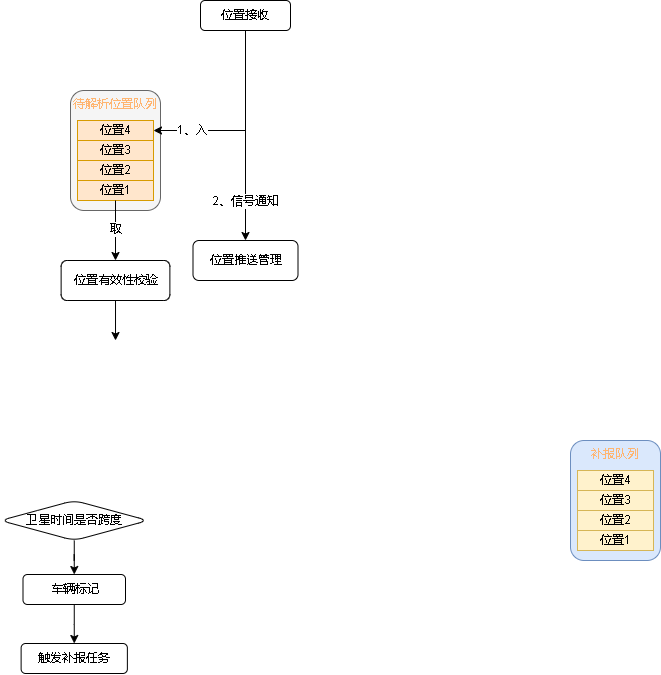
Before: 809数据跨度.drawio.png, a diagram exported from draw.io (xktder/draw). Source tidied: cells renumbered, new cells last; positions are measured from the earlier drawing's top-left corner, leaving out a move shared by most shapes. The source it was exported from:
```xml
<mxGraphModel>
  <root>
    <mxCell id="0" />
    <mxCell id="1" parent="0" />
    <mxCell id="2" style="edgeStyle=orthogonalEdgeStyle;rounded=0;jettySize=auto;html=1;fontColor=#000000;" parent="1" edge="1" source="4" target="28">
      <mxGeometry relative="1" as="geometry" />
    </mxCell>
    <mxCell id="3" value="2、信号通知" style="edgeLabel;html=1;align=center;verticalAlign=middle;fontColor=#000000;" parent="2" vertex="1">
      <mxGeometry x="0.66" relative="1" as="geometry">
        <mxPoint y="-4" as="offset" />
      </mxGeometry>
    </mxCell>
    <mxCell id="4" value="位置接收" style="rounded=1;whiteSpace=wrap;html=1;" parent="1" vertex="1">
      <mxGeometry x="200" width="90" height="30" as="geometry" />
    </mxCell>
    <mxCell id="5" style="edgeStyle=orthogonalEdgeStyle;rounded=0;jettySize=auto;html=1;" parent="1" edge="1" source="6" target="8">
      <mxGeometry relative="1" as="geometry" />
    </mxCell>
    <mxCell id="6" value="卫星时间是否跨度" style="rhombus;whiteSpace=wrap;html=1;rounded=1;" parent="1" vertex="1">
      <mxGeometry y="500" width="147.5" height="40" as="geometry" />
    </mxCell>
    <mxCell id="7" style="edgeStyle=orthogonalEdgeStyle;rounded=0;jettySize=auto;html=1;" parent="1" edge="1" source="8" target="9">
      <mxGeometry relative="1" as="geometry" />
    </mxCell>
    <mxCell id="8" value="车辆标记" style="whiteSpace=wrap;html=1;rounded=1;" parent="1" vertex="1">
      <mxGeometry x="22.5" y="574" width="102.5" height="30" as="geometry" />
    </mxCell>
    <mxCell id="9" value="触发补报任务" style="whiteSpace=wrap;html=1;rounded=1;" parent="1" vertex="1">
      <mxGeometry x="20.6" y="643" width="106.2" height="30" as="geometry" />
    </mxCell>
    <mxCell id="10" style="group;" parent="1" vertex="1">
      <mxGeometry x="70" y="90" width="90" height="120" as="geometry" />
    </mxCell>
    <mxCell id="11" value="&lt;font color=&quot;#ffb570&quot;&gt;待解析位置队列&lt;/font&gt;" style="rounded=1;whiteSpace=wrap;html=1;verticalAlign=top;fillColor=#f5f5f5;fontColor=#333333;strokeColor=#666666;" parent="10" vertex="1">
      <mxGeometry width="90" height="120" as="geometry" />
    </mxCell>
    <mxCell id="12" value="&lt;font color=&quot;#000000&quot;&gt;位置4&lt;/font&gt;" style="rounded=0;whiteSpace=wrap;html=1;fillColor=#ffe6cc;strokeColor=#d79b00;" parent="10" vertex="1">
      <mxGeometry x="7" y="30" width="76" height="20" as="geometry" />
    </mxCell>
    <mxCell id="13" value="&lt;font color=&quot;#000000&quot;&gt;位置3&lt;/font&gt;" style="rounded=0;whiteSpace=wrap;html=1;fillColor=#ffe6cc;strokeColor=#d79b00;" parent="10" vertex="1">
      <mxGeometry x="7" y="50" width="76" height="20" as="geometry" />
    </mxCell>
    <mxCell id="14" value="&lt;font color=&quot;#000000&quot;&gt;位置2&lt;/font&gt;" style="rounded=0;whiteSpace=wrap;html=1;fillColor=#ffe6cc;strokeColor=#d79b00;" parent="10" vertex="1">
      <mxGeometry x="7" y="70" width="76" height="20" as="geometry" />
    </mxCell>
    <mxCell id="15" value="&lt;font color=&quot;#000000&quot;&gt;位置1&lt;/font&gt;" style="rounded=0;whiteSpace=wrap;html=1;fillColor=#ffe6cc;strokeColor=#d79b00;" parent="10" vertex="1">
      <mxGeometry x="7" y="90" width="76" height="20" as="geometry" />
    </mxCell>
    <mxCell id="16" style="group;" parent="1" vertex="1">
      <mxGeometry x="570" y="440" width="90" height="120" as="geometry" />
    </mxCell>
    <mxCell id="17" value="&lt;font color=&quot;#ffb570&quot;&gt;补报队列&lt;/font&gt;" style="rounded=1;whiteSpace=wrap;html=1;verticalAlign=top;fillColor=#dae8fc;strokeColor=#6c8ebf;" parent="16" vertex="1">
      <mxGeometry width="90" height="120" as="geometry" />
    </mxCell>
    <mxCell id="18" value="&lt;font color=&quot;#000000&quot;&gt;位置4&lt;/font&gt;" style="rounded=0;whiteSpace=wrap;html=1;fillColor=#fff2cc;strokeColor=#d6b656;" parent="16" vertex="1">
      <mxGeometry x="7" y="30" width="76" height="20" as="geometry" />
    </mxCell>
    <mxCell id="19" value="&lt;font color=&quot;#000000&quot;&gt;位置3&lt;/font&gt;" style="rounded=0;whiteSpace=wrap;html=1;fillColor=#fff2cc;strokeColor=#d6b656;" parent="16" vertex="1">
      <mxGeometry x="7" y="50" width="76" height="20" as="geometry" />
    </mxCell>
    <mxCell id="20" value="&lt;font color=&quot;#000000&quot;&gt;位置2&lt;/font&gt;" style="rounded=0;whiteSpace=wrap;html=1;fillColor=#fff2cc;strokeColor=#d6b656;" parent="16" vertex="1">
      <mxGeometry x="7" y="70" width="76" height="20" as="geometry" />
    </mxCell>
    <mxCell id="21" value="&lt;font color=&quot;#000000&quot;&gt;位置1&lt;/font&gt;" style="rounded=0;whiteSpace=wrap;html=1;fillColor=#fff2cc;strokeColor=#d6b656;" parent="16" vertex="1">
      <mxGeometry x="7" y="90" width="76" height="20" as="geometry" />
    </mxCell>
    <mxCell id="22" style="edgeStyle=orthogonalEdgeStyle;rounded=0;jettySize=auto;html=1;entryX=1;entryY=0.5;entryDx=0;entryDy=0;fontColor=#000000;exitX=0.5;exitY=1;exitDx=0;exitDy=0;" parent="1" edge="1" source="4" target="12">
      <mxGeometry relative="1" as="geometry" />
    </mxCell>
    <mxCell id="23" value="1、入" style="edgeLabel;html=1;align=center;verticalAlign=middle;fontColor=#000000;" parent="22" vertex="1">
      <mxGeometry x="0.48" y="1" relative="1" as="geometry">
        <mxPoint x="-11" y="-1" as="offset" />
      </mxGeometry>
    </mxCell>
    <mxCell id="24" style="edgeStyle=orthogonalEdgeStyle;rounded=0;jettySize=auto;html=1;exitX=0.5;exitY=1;exitDx=0;exitDy=0;fontColor=#000000;" parent="1" edge="1" source="15" target="27">
      <mxGeometry relative="1" as="geometry" />
    </mxCell>
    <mxCell id="25" value="取" style="edgeLabel;html=1;align=center;verticalAlign=middle;fontColor=#000000;" parent="24" vertex="1">
      <mxGeometry x="-0.24" relative="1" as="geometry">
        <mxPoint y="6" as="offset" />
      </mxGeometry>
    </mxCell>
    <mxCell id="26" style="edgeStyle=orthogonalEdgeStyle;rounded=0;jettySize=auto;html=1;fontColor=#000000;" parent="1" edge="1" source="27">
      <mxGeometry relative="1" as="geometry">
        <mxPoint x="115" y="340" as="targetPoint" />
      </mxGeometry>
    </mxCell>
    <mxCell id="27" value="位置有效性校验" style="rounded=1;whiteSpace=wrap;html=1;fontFamily=Helvetica;fontSize=12;fontColor=default;align=center;strokeColor=default;fillColor=default;" parent="1" vertex="1">
      <mxGeometry x="60.6" y="260" width="108.8" height="40" as="geometry" />
    </mxCell>
    <mxCell id="28" value="位置推送管理" style="rounded=1;whiteSpace=wrap;html=1;fontColor=#000000;" parent="1" vertex="1">
      <mxGeometry x="192.5" y="240" width="105" height="40" as="geometry" />
    </mxCell>
  </root>
</mxGraphModel>
```
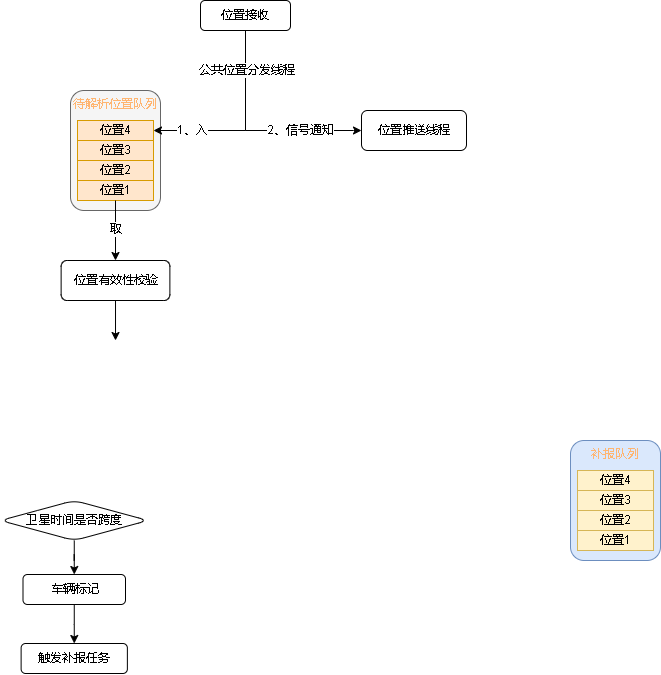
Later version of the same file.

Commit message:
更新809数据跨度.drawio.png

Change to the diagram source:
```diff
@@ -3,11 +3,16 @@
     <mxCell id="0" />
     <mxCell id="1" parent="0" />
     <mxCell id="2" style="edgeStyle=orthogonalEdgeStyle;rounded=0;jettySize=auto;html=1;fontColor=#000000;" parent="1" edge="1" source="4" target="28">
-      <mxGeometry relative="1" as="geometry" />
+      <mxGeometry relative="1" as="geometry">
+        <Array as="points">
+          <mxPoint x="245" y="130" />
+          <mxPoint x="353" y="130" />
+        </Array>
+      </mxGeometry>
     </mxCell>
     <mxCell id="3" value="2、信号通知" style="edgeLabel;html=1;align=center;verticalAlign=middle;fontColor=#000000;" parent="2" vertex="1">
       <mxGeometry x="0.66" relative="1" as="geometry">
-        <mxPoint y="-4" as="offset" />
+        <mxPoint x="-25" as="offset" />
       </mxGeometry>
     </mxCell>
     <mxCell id="4" value="位置接收" style="rounded=1;whiteSpace=wrap;html=1;" parent="1" vertex="1">
@@ -72,6 +77,11 @@
         <mxPoint x="-11" y="-1" as="offset" />
       </mxGeometry>
     </mxCell>
+    <mxCell id="29" value="公共位置分发线程" style="edgeLabel;html=1;align=center;verticalAlign=middle;fontColor=#000000;" parent="22" vertex="1">
+      <mxGeometry x="-0.69" y="1" relative="1" as="geometry">
+        <mxPoint y="10" as="offset" />
+      </mxGeometry>
+    </mxCell>
     <mxCell id="24" style="edgeStyle=orthogonalEdgeStyle;rounded=0;jettySize=auto;html=1;exitX=0.5;exitY=1;exitDx=0;exitDy=0;fontColor=#000000;" parent="1" edge="1" source="15" target="27">
       <mxGeometry relative="1" as="geometry" />
     </mxCell>
@@ -88,8 +98,8 @@
     <mxCell id="27" value="位置有效性校验" style="rounded=1;whiteSpace=wrap;html=1;fontFamily=Helvetica;fontSize=12;fontColor=default;align=center;strokeColor=default;fillColor=default;" parent="1" vertex="1">
       <mxGeometry x="60.6" y="260" width="108.8" height="40" as="geometry" />
     </mxCell>
-    <mxCell id="28" value="位置推送管理" style="rounded=1;whiteSpace=wrap;html=1;fontColor=#000000;" parent="1" vertex="1">
-      <mxGeometry x="192.5" y="240" width="105" height="40" as="geometry" />
+    <mxCell id="28" value="位置推送线程" style="rounded=1;whiteSpace=wrap;html=1;fontColor=#000000;" parent="1" vertex="1">
+      <mxGeometry x="361" y="110" width="105" height="40" as="geometry" />
     </mxCell>
   </root>
 </mxGraphModel>
```
